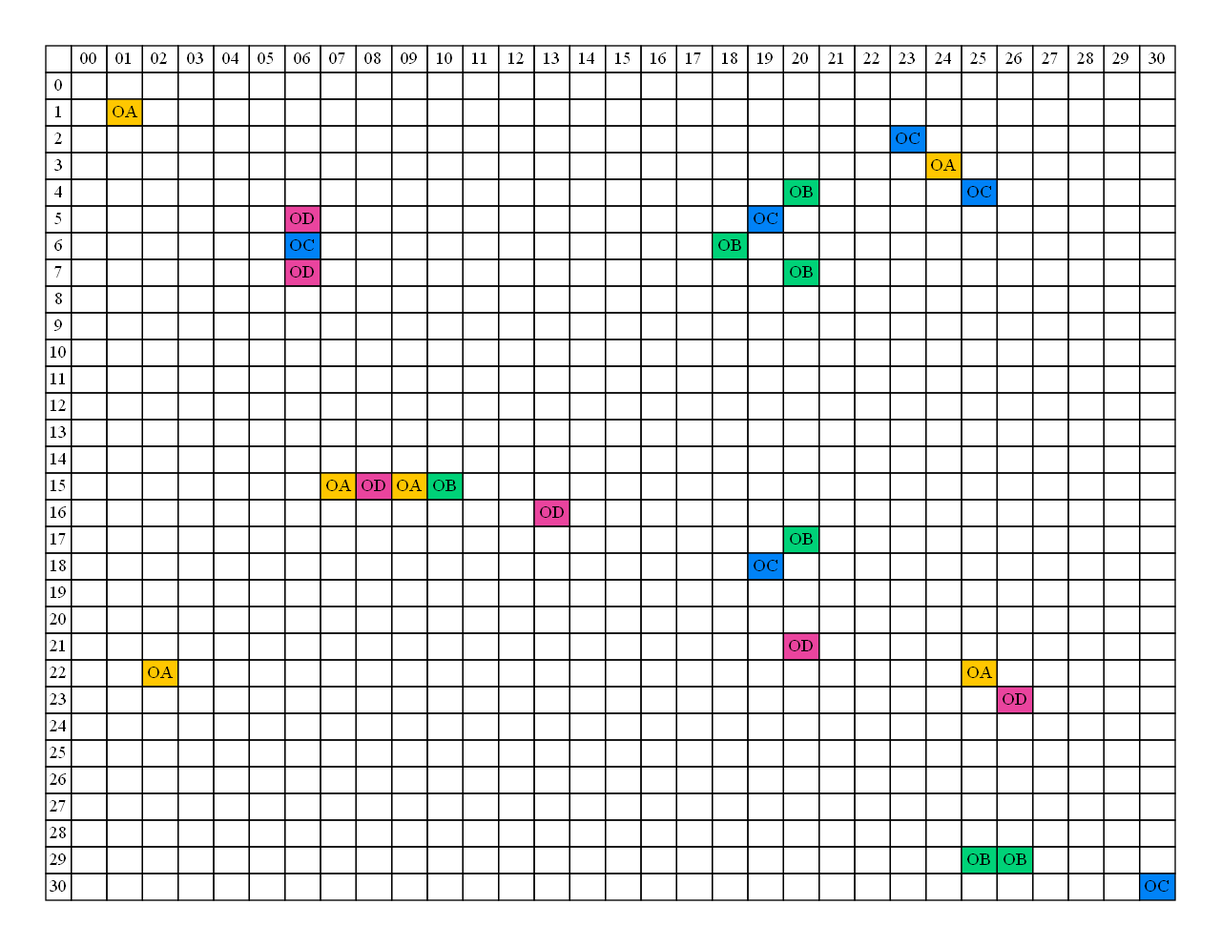
Before: Matriz.png, a diagram exported from Graphviz (Juanj098/IPC2_PROYECTO1_201900532-). Its source is kept beside it as Matriz.dot.
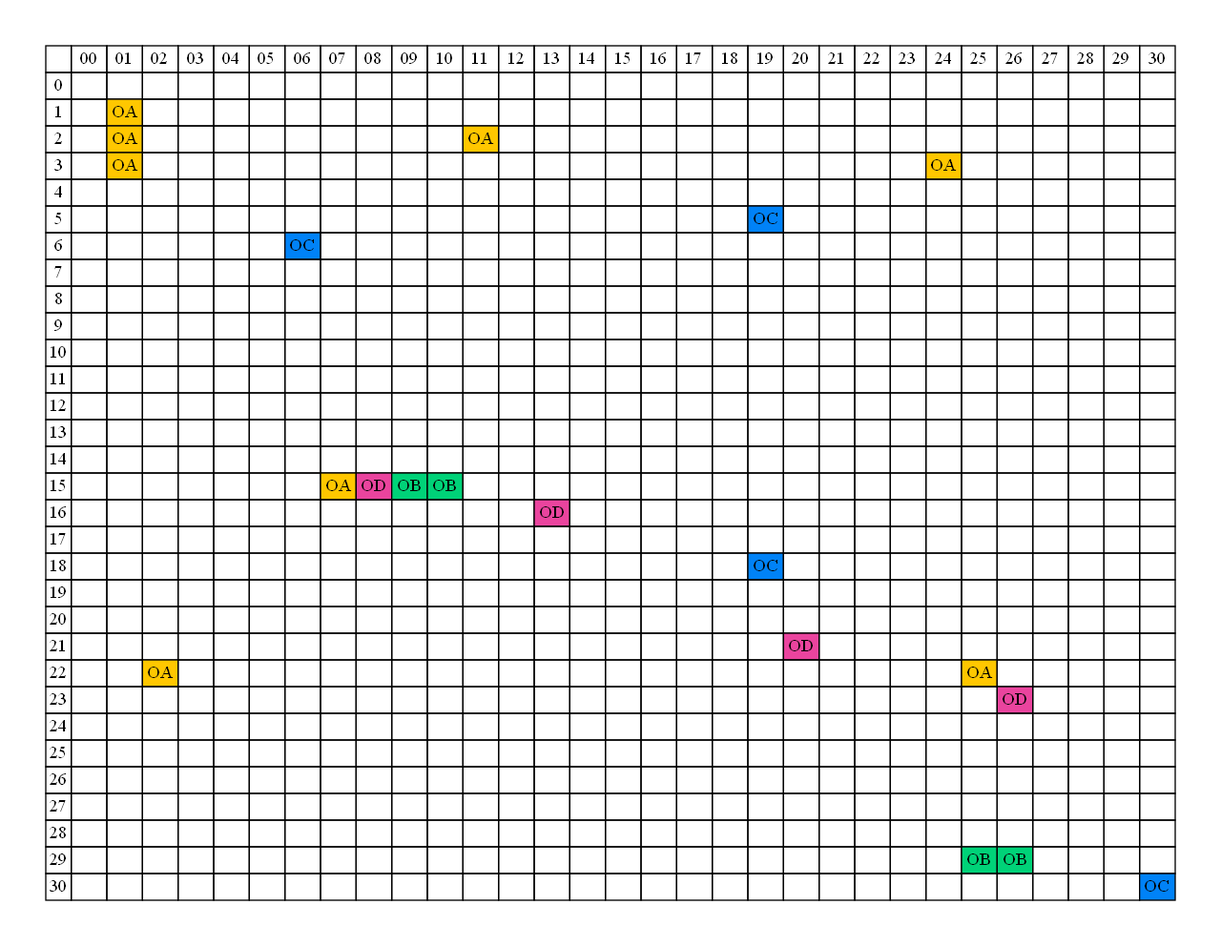
Later version of the same file.

The edit, as a diff of the source:
```diff
@@ -109,9 +109,107 @@
 	<tr>
 		<td>2</td>
 		<td></td>
-		<td></td>
-		<td></td>
-		<td></td>
+		<td bgcolor= '#ffc700'>OA</td>
+		<td></td>
+		<td></td>
+		<td></td>
+		<td></td>
+		<td></td>
+		<td></td>
+		<td></td>
+		<td></td>
+		<td></td>
+		<td bgcolor= '#ffc700'>OA</td>
+		<td></td>
+		<td></td>
+		<td></td>
+		<td></td>
+		<td></td>
+		<td></td>
+		<td></td>
+		<td></td>
+		<td></td>
+		<td></td>
+		<td></td>
+		<td></td>
+		<td></td>
+		<td></td>
+		<td></td>
+		<td></td>
+		<td></td>
+		<td></td>
+		<td></td>
+	</tr>
+	<tr>
+		<td>3</td>
+		<td></td>
+		<td bgcolor= '#ffc700'>OA</td>
+		<td></td>
+		<td></td>
+		<td></td>
+		<td></td>
+		<td></td>
+		<td></td>
+		<td></td>
+		<td></td>
+		<td></td>
+		<td></td>
+		<td></td>
+		<td></td>
+		<td></td>
+		<td></td>
+		<td></td>
+		<td></td>
+		<td></td>
+		<td></td>
+		<td></td>
+		<td></td>
+		<td></td>
+		<td></td>
+		<td bgcolor= '#ffc700'>OA</td>
+		<td></td>
+		<td></td>
+		<td></td>
+		<td></td>
+		<td></td>
+		<td></td>
+	</tr>
+	<tr>
+		<td>4</td>
+		<td></td>
+		<td></td>
+		<td></td>
+		<td></td>
+		<td></td>
+		<td></td>
+		<td></td>
+		<td></td>
+		<td></td>
+		<td></td>
+		<td></td>
+		<td></td>
+		<td></td>
+		<td></td>
+		<td></td>
+		<td></td>
+		<td></td>
+		<td></td>
+		<td></td>
+		<td></td>
+		<td></td>
+		<td></td>
+		<td></td>
+		<td></td>
+		<td></td>
+		<td></td>
+		<td></td>
+		<td></td>
+		<td></td>
+		<td></td>
+		<td></td>
+	</tr>
+	<tr>
+		<td>5</td>
 		<td></td>
 		<td></td>
 		<td></td>
@@ -139,64 +237,15 @@
 		<td></td>
 		<td></td>
 		<td></td>
-	</tr>
-	<tr>
-		<td>3</td>
-		<td></td>
-		<td></td>
-		<td></td>
-		<td></td>
-		<td></td>
-		<td></td>
-		<td></td>
-		<td></td>
-		<td></td>
-		<td></td>
-		<td></td>
-		<td></td>
-		<td></td>
-		<td></td>
-		<td></td>
-		<td></td>
-		<td></td>
-		<td></td>
-		<td></td>
-		<td></td>
-		<td></td>
-		<td></td>
-		<td></td>
-		<td></td>
-		<td bgcolor= '#ffc700'>OA</td>
-		<td></td>
-		<td></td>
-		<td></td>
-		<td></td>
-		<td></td>
-		<td></td>
-	</tr>
-	<tr>
-		<td>4</td>
-		<td></td>
-		<td></td>
-		<td></td>
-		<td></td>
-		<td></td>
-		<td></td>
-		<td></td>
-		<td></td>
-		<td></td>
-		<td></td>
-		<td></td>
-		<td></td>
-		<td></td>
-		<td></td>
-		<td></td>
-		<td></td>
-		<td></td>
-		<td></td>
-		<td></td>
-		<td></td>
-		<td bgcolor= '#00d278'>OB</td>
+		<td></td>
+		<td></td>
+		<td></td>
+		<td></td>
+	</tr>
+	<tr>
+		<td>6</td>
+		<td></td>
+		<td></td>
 		<td></td>
 		<td></td>
 		<td></td>
@@ -207,62 +256,13 @@
 		<td></td>
 		<td></td>
 		<td></td>
-	</tr>
-	<tr>
-		<td>5</td>
-		<td></td>
-		<td></td>
-		<td></td>
-		<td></td>
-		<td></td>
-		<td></td>
-		<td bgcolor= '#ea449e'>OD</td>
-		<td></td>
-		<td></td>
-		<td></td>
-		<td></td>
-		<td></td>
-		<td></td>
-		<td></td>
-		<td></td>
-		<td></td>
-		<td></td>
-		<td></td>
-		<td></td>
-		<td bgcolor= '#0082f7'>OC</td>
-		<td></td>
-		<td></td>
-		<td></td>
-		<td></td>
-		<td></td>
-		<td></td>
-		<td></td>
-		<td></td>
-		<td></td>
-		<td></td>
-		<td></td>
-	</tr>
-	<tr>
-		<td>6</td>
-		<td></td>
-		<td></td>
-		<td></td>
-		<td></td>
-		<td></td>
-		<td></td>
-		<td bgcolor= '#0082f7'>OC</td>
-		<td></td>
-		<td></td>
-		<td></td>
-		<td></td>
-		<td></td>
-		<td></td>
-		<td></td>
-		<td></td>
-		<td></td>
-		<td></td>
-		<td></td>
-		<td bgcolor= '#00d278'>OB</td>
+		<td></td>
+		<td></td>
+		<td></td>
+		<td></td>
+		<td></td>
+		<td></td>
+		<td></td>
 		<td></td>
 		<td></td>
 		<td></td>
@@ -284,21 +284,21 @@
 		<td></td>
 		<td></td>
 		<td></td>
-		<td bgcolor= '#ea449e'>OD</td>
-		<td></td>
-		<td></td>
-		<td></td>
-		<td></td>
-		<td></td>
-		<td></td>
-		<td></td>
-		<td></td>
-		<td></td>
-		<td></td>
-		<td></td>
-		<td></td>
-		<td></td>
-		<td bgcolor= '#00d278'>OB</td>
+		<td></td>
+		<td></td>
+		<td></td>
+		<td></td>
+		<td></td>
+		<td></td>
+		<td></td>
+		<td></td>
+		<td></td>
+		<td></td>
+		<td></td>
+		<td></td>
+		<td></td>
+		<td></td>
+		<td></td>
 		<td></td>
 		<td></td>
 		<td></td>
@@ -559,504 +559,504 @@
 		<td></td>
 		<td bgcolor= '#ffc700'>OA</td>
 		<td bgcolor= '#ea449e'>OD</td>
-		<td bgcolor= '#ffc700'>OA</td>
-		<td bgcolor= '#00d278'>OB</td>
-		<td></td>
-		<td></td>
-		<td></td>
-		<td></td>
-		<td></td>
-		<td></td>
-		<td></td>
-		<td></td>
-		<td></td>
-		<td></td>
-		<td></td>
-		<td></td>
-		<td></td>
-		<td></td>
-		<td></td>
-		<td></td>
-		<td></td>
-		<td></td>
-		<td></td>
-		<td></td>
-	</tr>
-	<tr>
-		<td>16</td>
-		<td></td>
-		<td></td>
-		<td></td>
-		<td></td>
-		<td></td>
-		<td></td>
-		<td></td>
-		<td></td>
-		<td></td>
-		<td></td>
-		<td></td>
-		<td></td>
-		<td></td>
-		<td bgcolor= '#ea449e'>OD</td>
-		<td></td>
-		<td></td>
-		<td></td>
-		<td></td>
-		<td></td>
-		<td></td>
-		<td></td>
-		<td></td>
-		<td></td>
-		<td></td>
-		<td></td>
-		<td></td>
-		<td></td>
-		<td></td>
-		<td></td>
-		<td></td>
-		<td></td>
-	</tr>
-	<tr>
-		<td>17</td>
-		<td></td>
-		<td></td>
-		<td></td>
-		<td></td>
-		<td></td>
-		<td></td>
-		<td></td>
-		<td></td>
-		<td></td>
-		<td></td>
-		<td></td>
-		<td></td>
-		<td></td>
-		<td></td>
-		<td></td>
-		<td></td>
-		<td></td>
-		<td></td>
-		<td></td>
-		<td></td>
-		<td bgcolor= '#00d278'>OB</td>
-		<td></td>
-		<td></td>
-		<td></td>
-		<td></td>
-		<td></td>
-		<td></td>
-		<td></td>
-		<td></td>
-		<td></td>
-		<td></td>
-	</tr>
-	<tr>
-		<td>18</td>
-		<td></td>
-		<td></td>
-		<td></td>
-		<td></td>
-		<td></td>
-		<td></td>
-		<td></td>
-		<td></td>
-		<td></td>
-		<td></td>
-		<td></td>
-		<td></td>
-		<td></td>
-		<td></td>
-		<td></td>
-		<td></td>
-		<td></td>
-		<td></td>
-		<td></td>
-		<td bgcolor= '#0082f7'>OC</td>
-		<td></td>
-		<td></td>
-		<td></td>
-		<td></td>
-		<td></td>
-		<td></td>
-		<td></td>
-		<td></td>
-		<td></td>
-		<td></td>
-		<td></td>
-	</tr>
-	<tr>
-		<td>19</td>
-		<td></td>
-		<td></td>
-		<td></td>
-		<td></td>
-		<td></td>
-		<td></td>
-		<td></td>
-		<td></td>
-		<td></td>
-		<td></td>
-		<td></td>
-		<td></td>
-		<td></td>
-		<td></td>
-		<td></td>
-		<td></td>
-		<td></td>
-		<td></td>
-		<td></td>
-		<td></td>
-		<td></td>
-		<td></td>
-		<td></td>
-		<td></td>
-		<td></td>
-		<td></td>
-		<td></td>
-		<td></td>
-		<td></td>
-		<td></td>
-		<td></td>
-	</tr>
-	<tr>
-		<td>20</td>
-		<td></td>
-		<td></td>
-		<td></td>
-		<td></td>
-		<td></td>
-		<td></td>
-		<td></td>
-		<td></td>
-		<td></td>
-		<td></td>
-		<td></td>
-		<td></td>
-		<td></td>
-		<td></td>
-		<td></td>
-		<td></td>
-		<td></td>
-		<td></td>
-		<td></td>
-		<td></td>
-		<td></td>
-		<td></td>
-		<td></td>
-		<td></td>
-		<td></td>
-		<td></td>
-		<td></td>
-		<td></td>
-		<td></td>
-		<td></td>
-		<td></td>
-	</tr>
-	<tr>
-		<td>21</td>
-		<td></td>
-		<td></td>
-		<td></td>
-		<td></td>
-		<td></td>
-		<td></td>
-		<td></td>
-		<td></td>
-		<td></td>
-		<td></td>
-		<td></td>
-		<td></td>
-		<td></td>
-		<td></td>
-		<td></td>
-		<td></td>
-		<td></td>
-		<td></td>
-		<td></td>
-		<td></td>
-		<td bgcolor= '#ea449e'>OD</td>
-		<td></td>
-		<td></td>
-		<td></td>
-		<td></td>
-		<td></td>
-		<td></td>
-		<td></td>
-		<td></td>
-		<td></td>
-		<td></td>
-	</tr>
-	<tr>
-		<td>22</td>
-		<td></td>
-		<td></td>
-		<td bgcolor= '#ffc700'>OA</td>
-		<td></td>
-		<td></td>
-		<td></td>
-		<td></td>
-		<td></td>
-		<td></td>
-		<td></td>
-		<td></td>
-		<td></td>
-		<td></td>
-		<td></td>
-		<td></td>
-		<td></td>
-		<td></td>
-		<td></td>
-		<td></td>
-		<td></td>
-		<td></td>
-		<td></td>
-		<td></td>
-		<td></td>
-		<td></td>
-		<td bgcolor= '#ffc700'>OA</td>
-		<td></td>
-		<td></td>
-		<td></td>
-		<td></td>
-		<td></td>
-	</tr>
-	<tr>
-		<td>23</td>
-		<td></td>
-		<td></td>
-		<td></td>
-		<td></td>
-		<td></td>
-		<td></td>
-		<td></td>
-		<td></td>
-		<td></td>
-		<td></td>
-		<td></td>
-		<td></td>
-		<td></td>
-		<td></td>
-		<td></td>
-		<td></td>
-		<td></td>
-		<td></td>
-		<td></td>
-		<td></td>
-		<td></td>
-		<td></td>
-		<td></td>
-		<td></td>
-		<td></td>
-		<td></td>
-		<td bgcolor= '#ea449e'>OD</td>
-		<td></td>
-		<td></td>
-		<td></td>
-		<td></td>
-	</tr>
-	<tr>
-		<td>24</td>
-		<td></td>
-		<td></td>
-		<td></td>
-		<td></td>
-		<td></td>
-		<td></td>
-		<td></td>
-		<td></td>
-		<td></td>
-		<td></td>
-		<td></td>
-		<td></td>
-		<td></td>
-		<td></td>
-		<td></td>
-		<td></td>
-		<td></td>
-		<td></td>
-		<td></td>
-		<td></td>
-		<td></td>
-		<td></td>
-		<td></td>
-		<td></td>
-		<td></td>
-		<td></td>
-		<td></td>
-		<td></td>
-		<td></td>
-		<td></td>
-		<td></td>
-	</tr>
-	<tr>
-		<td>25</td>
-		<td></td>
-		<td></td>
-		<td></td>
-		<td></td>
-		<td></td>
-		<td></td>
-		<td></td>
-		<td></td>
-		<td></td>
-		<td></td>
-		<td></td>
-		<td></td>
-		<td></td>
-		<td></td>
-		<td></td>
-		<td></td>
-		<td></td>
-		<td></td>
-		<td></td>
-		<td></td>
-		<td></td>
-		<td></td>
-		<td></td>
-		<td></td>
-		<td></td>
-		<td></td>
-		<td></td>
-		<td></td>
-		<td></td>
-		<td></td>
-		<td></td>
-	</tr>
-	<tr>
-		<td>26</td>
-		<td></td>
-		<td></td>
-		<td></td>
-		<td></td>
-		<td></td>
-		<td></td>
-		<td></td>
-		<td></td>
-		<td></td>
-		<td></td>
-		<td></td>
-		<td></td>
-		<td></td>
-		<td></td>
-		<td></td>
-		<td></td>
-		<td></td>
-		<td></td>
-		<td></td>
-		<td></td>
-		<td></td>
-		<td></td>
-		<td></td>
-		<td></td>
-		<td></td>
-		<td></td>
-		<td></td>
-		<td></td>
-		<td></td>
-		<td></td>
-		<td></td>
-	</tr>
-	<tr>
-		<td>27</td>
-		<td></td>
-		<td></td>
-		<td></td>
-		<td></td>
-		<td></td>
-		<td></td>
-		<td></td>
-		<td></td>
-		<td></td>
-		<td></td>
-		<td></td>
-		<td></td>
-		<td></td>
-		<td></td>
-		<td></td>
-		<td></td>
-		<td></td>
-		<td></td>
-		<td></td>
-		<td></td>
-		<td></td>
-		<td></td>
-		<td></td>
-		<td></td>
-		<td></td>
-		<td></td>
-		<td></td>
-		<td></td>
-		<td></td>
-		<td></td>
-		<td></td>
-	</tr>
-	<tr>
-		<td>28</td>
-		<td></td>
-		<td></td>
-		<td></td>
-		<td></td>
-		<td></td>
-		<td></td>
-		<td></td>
-		<td></td>
-		<td></td>
-		<td></td>
-		<td></td>
-		<td></td>
-		<td></td>
-		<td></td>
-		<td></td>
-		<td></td>
-		<td></td>
-		<td></td>
-		<td></td>
-		<td></td>
-		<td></td>
-		<td></td>
-		<td></td>
-		<td></td>
-		<td></td>
-		<td></td>
-		<td></td>
-		<td></td>
-		<td></td>
-		<td></td>
-		<td></td>
-	</tr>
-	<tr>
-		<td>29</td>
-		<td></td>
-		<td></td>
-		<td></td>
-		<td></td>
-		<td></td>
-		<td></td>
-		<td></td>
-		<td></td>
-		<td></td>
-		<td></td>
-		<td></td>
-		<td></td>
-		<td></td>
-		<td></td>
-		<td></td>
-		<td></td>
-		<td></td>
-		<td></td>
-		<td></td>
-		<td></td>
-		<td></td>
-		<td></td>
-		<td></td>
-		<td></td>
-		<td></td>
 		<td bgcolor= '#00d278'>OB</td>
 		<td bgcolor= '#00d278'>OB</td>
 		<td></td>
 		<td></td>
 		<td></td>
 		<td></td>
+		<td></td>
+		<td></td>
+		<td></td>
+		<td></td>
+		<td></td>
+		<td></td>
+		<td></td>
+		<td></td>
+		<td></td>
+		<td></td>
+		<td></td>
+		<td></td>
+		<td></td>
+		<td></td>
+		<td></td>
+		<td></td>
+	</tr>
+	<tr>
+		<td>16</td>
+		<td></td>
+		<td></td>
+		<td></td>
+		<td></td>
+		<td></td>
+		<td></td>
+		<td></td>
+		<td></td>
+		<td></td>
+		<td></td>
+		<td></td>
+		<td></td>
+		<td></td>
+		<td bgcolor= '#ea449e'>OD</td>
+		<td></td>
+		<td></td>
+		<td></td>
+		<td></td>
+		<td></td>
+		<td></td>
+		<td></td>
+		<td></td>
+		<td></td>
+		<td></td>
+		<td></td>
+		<td></td>
+		<td></td>
+		<td></td>
+		<td></td>
+		<td></td>
+		<td></td>
+	</tr>
+	<tr>
+		<td>17</td>
+		<td></td>
+		<td></td>
+		<td></td>
+		<td></td>
+		<td></td>
+		<td></td>
+		<td></td>
+		<td></td>
+		<td></td>
+		<td></td>
+		<td></td>
+		<td></td>
+		<td></td>
+		<td></td>
+		<td></td>
+		<td></td>
+		<td></td>
+		<td></td>
+		<td></td>
+		<td></td>
+		<td></td>
+		<td></td>
+		<td></td>
+		<td></td>
+		<td></td>
+		<td></td>
+		<td></td>
+		<td></td>
+		<td></td>
+		<td></td>
+		<td></td>
+	</tr>
+	<tr>
+		<td>18</td>
+		<td></td>
+		<td></td>
+		<td></td>
+		<td></td>
+		<td></td>
+		<td></td>
+		<td></td>
+		<td></td>
+		<td></td>
+		<td></td>
+		<td></td>
+		<td></td>
+		<td></td>
+		<td></td>
+		<td></td>
+		<td></td>
+		<td></td>
+		<td></td>
+		<td></td>
+		<td bgcolor= '#0082f7'>OC</td>
+		<td></td>
+		<td></td>
+		<td></td>
+		<td></td>
+		<td></td>
+		<td></td>
+		<td></td>
+		<td></td>
+		<td></td>
+		<td></td>
+		<td></td>
+	</tr>
+	<tr>
+		<td>19</td>
+		<td></td>
+		<td></td>
+		<td></td>
+		<td></td>
+		<td></td>
+		<td></td>
+		<td></td>
+		<td></td>
+		<td></td>
+		<td></td>
+		<td></td>
+		<td></td>
+		<td></td>
+		<td></td>
+		<td></td>
+		<td></td>
+		<td></td>
+		<td></td>
+		<td></td>
+		<td></td>
+		<td></td>
+		<td></td>
+		<td></td>
+		<td></td>
+		<td></td>
+		<td></td>
+		<td></td>
+		<td></td>
+		<td></td>
+		<td></td>
+		<td></td>
+	</tr>
+	<tr>
+		<td>20</td>
+		<td></td>
+		<td></td>
+		<td></td>
+		<td></td>
+		<td></td>
+		<td></td>
+		<td></td>
+		<td></td>
+		<td></td>
+		<td></td>
+		<td></td>
+		<td></td>
+		<td></td>
+		<td></td>
+		<td></td>
+		<td></td>
+		<td></td>
+		<td></td>
+		<td></td>
+		<td></td>
+		<td></td>
+		<td></td>
+		<td></td>
+		<td></td>
+		<td></td>
+		<td></td>
+		<td></td>
+		<td></td>
+		<td></td>
+		<td></td>
+		<td></td>
+	</tr>
+	<tr>
+		<td>21</td>
+		<td></td>
+		<td></td>
+		<td></td>
+		<td></td>
+		<td></td>
+		<td></td>
+		<td></td>
+		<td></td>
+		<td></td>
+		<td></td>
+		<td></td>
+		<td></td>
+		<td></td>
+		<td></td>
+		<td></td>
+		<td></td>
+		<td></td>
+		<td></td>
+		<td></td>
+		<td></td>
+		<td bgcolor= '#ea449e'>OD</td>
+		<td></td>
+		<td></td>
+		<td></td>
+		<td></td>
+		<td></td>
+		<td></td>
+		<td></td>
+		<td></td>
+		<td></td>
+		<td></td>
+	</tr>
+	<tr>
+		<td>22</td>
+		<td></td>
+		<td></td>
+		<td bgcolor= '#ffc700'>OA</td>
+		<td></td>
+		<td></td>
+		<td></td>
+		<td></td>
+		<td></td>
+		<td></td>
+		<td></td>
+		<td></td>
+		<td></td>
+		<td></td>
+		<td></td>
+		<td></td>
+		<td></td>
+		<td></td>
+		<td></td>
+		<td></td>
+		<td></td>
+		<td></td>
+		<td></td>
+		<td></td>
+		<td></td>
+		<td></td>
+		<td bgcolor= '#ffc700'>OA</td>
+		<td></td>
+		<td></td>
+		<td></td>
+		<td></td>
+		<td></td>
+	</tr>
+	<tr>
+		<td>23</td>
+		<td></td>
+		<td></td>
+		<td></td>
+		<td></td>
+		<td></td>
+		<td></td>
+		<td></td>
+		<td></td>
+		<td></td>
+		<td></td>
+		<td></td>
+		<td></td>
+		<td></td>
+		<td></td>
+		<td></td>
+		<td></td>
+		<td></td>
+		<td></td>
+		<td></td>
+		<td></td>
+		<td></td>
+		<td></td>
+		<td></td>
+		<td></td>
+		<td></td>
+		<td></td>
+		<td bgcolor= '#ea449e'>OD</td>
+		<td></td>
+		<td></td>
+		<td></td>
+		<td></td>
+	</tr>
+	<tr>
+		<td>24</td>
+		<td></td>
+		<td></td>
+		<td></td>
+		<td></td>
+		<td></td>
+		<td></td>
+		<td></td>
+		<td></td>
+		<td></td>
+		<td></td>
+		<td></td>
+		<td></td>
+		<td></td>
+		<td></td>
+		<td></td>
+		<td></td>
+		<td></td>
+		<td></td>
+		<td></td>
+		<td></td>
+		<td></td>
+		<td></td>
+		<td></td>
+		<td></td>
+		<td></td>
+		<td></td>
+		<td></td>
+		<td></td>
+		<td></td>
+		<td></td>
+		<td></td>
+	</tr>
+	<tr>
+		<td>25</td>
+		<td></td>
+		<td></td>
+		<td></td>
+		<td></td>
+		<td></td>
+		<td></td>
+		<td></td>
+		<td></td>
+		<td></td>
+		<td></td>
+		<td></td>
+		<td></td>
+		<td></td>
+		<td></td>
+		<td></td>
+		<td></td>
+		<td></td>
+		<td></td>
+		<td></td>
+		<td></td>
+		<td></td>
+		<td></td>
+		<td></td>
+		<td></td>
+		<td></td>
+		<td></td>
+		<td></td>
+		<td></td>
+		<td></td>
+		<td></td>
+		<td></td>
+	</tr>
+	<tr>
+		<td>26</td>
+		<td></td>
+		<td></td>
+		<td></td>
+		<td></td>
+		<td></td>
+		<td></td>
+		<td></td>
+		<td></td>
+		<td></td>
+		<td></td>
+		<td></td>
+		<td></td>
+		<td></td>
+		<td></td>
+		<td></td>
+		<td></td>
+		<td></td>
+		<td></td>
+		<td></td>
+		<td></td>
+		<td></td>
+		<td></td>
+		<td></td>
+		<td></td>
+		<td></td>
+		<td></td>
+		<td></td>
+		<td></td>
+		<td></td>
+		<td></td>
+		<td></td>
+	</tr>
+	<tr>
+		<td>27</td>
+		<td></td>
+		<td></td>
+		<td></td>
+		<td></td>
+		<td></td>
+		<td></td>
+		<td></td>
+		<td></td>
+		<td></td>
+		<td></td>
+		<td></td>
+		<td></td>
+		<td></td>
+		<td></td>
+		<td></td>
+		<td></td>
+		<td></td>
+		<td></td>
+		<td></td>
+		<td></td>
+		<td></td>
+		<td></td>
+		<td></td>
+		<td></td>
+		<td></td>
+		<td></td>
+		<td></td>
+		<td></td>
+		<td></td>
+		<td></td>
+		<td></td>
+	</tr>
+	<tr>
+		<td>28</td>
+		<td></td>
+		<td></td>
+		<td></td>
+		<td></td>
+		<td></td>
+		<td></td>
+		<td></td>
+		<td></td>
+		<td></td>
+		<td></td>
+		<td></td>
+		<td></td>
+		<td></td>
+		<td></td>
+		<td></td>
+		<td></td>
+		<td></td>
+		<td></td>
+		<td></td>
+		<td></td>
+		<td></td>
+		<td></td>
+		<td></td>
+		<td></td>
+		<td></td>
+		<td></td>
+		<td></td>
+		<td></td>
+		<td></td>
+		<td></td>
+		<td></td>
+	</tr>
+	<tr>
+		<td>29</td>
+		<td></td>
+		<td></td>
+		<td></td>
+		<td></td>
+		<td></td>
+		<td></td>
+		<td></td>
+		<td></td>
+		<td></td>
+		<td></td>
+		<td></td>
+		<td></td>
+		<td></td>
+		<td></td>
+		<td></td>
+		<td></td>
+		<td></td>
+		<td></td>
+		<td></td>
+		<td></td>
+		<td></td>
+		<td></td>
+		<td></td>
+		<td></td>
+		<td></td>
+		<td bgcolor= '#00d278'>OB</td>
+		<td bgcolor= '#00d278'>OB</td>
+		<td></td>
+		<td></td>
+		<td></td>
+		<td></td>
 	</tr>
 	<tr>
 		<td>30</td>
```
